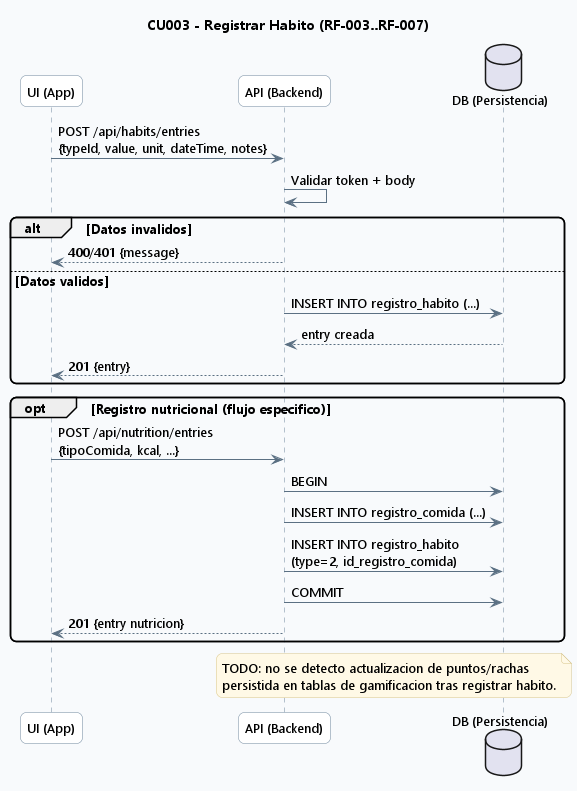
The PlantUML diagram out/docs/diagrams/cap4/04_seq_cu003_registro_habito/04_seq_cu003_registro_habito.png in TPerez13/TFG, before a commit. Source of this version:
```plantuml
@startuml

skinparam backgroundColor #F8FAFC
skinparam shadowing false
skinparam roundcorner 12
skinparam defaultFontName Segoe UI
skinparam defaultFontSize 13
skinparam ArrowColor #5B7083
skinparam ArrowThickness 1
skinparam sequence {
  LifeLineBorderColor #6E879D
  LifeLineBackgroundColor #FFFFFF
  ParticipantBorderColor #6E879D
  ParticipantBackgroundColor #FFFFFF
}
skinparam noteBackgroundColor #FFF9E6
skinparam noteBorderColor #D7C58A

title CU003 - Registrar Habito (RF-003..RF-007)

participant "UI (App)" as UI
participant "API (Backend)" as API
database "DB (Persistencia)" as DB

UI -> API: POST /api/habits/entries\n{typeId, value, unit, dateTime, notes}
API -> API: Validar token + body
alt Datos invalidos
  API --> UI: 400/401 {message}
else Datos validos
  API -> DB: INSERT INTO registro_habito (...)
  DB --> API: entry creada
  API --> UI: 201 {entry}
end

opt Registro nutricional (flujo especifico)
  UI -> API: POST /api/nutrition/entries\n{tipoComida, kcal, ...}
  API -> DB: BEGIN
  API -> DB: INSERT INTO registro_comida (...)
  API -> DB: INSERT INTO registro_habito\n(type=2, id_registro_comida)
  API -> DB: COMMIT
  API --> UI: 201 {entry nutricion}
end

note over API,DB
TODO: no se detecto actualizacion de puntos/rachas
persistida en tablas de gamificacion tras registrar habito.
end note

@enduml
```
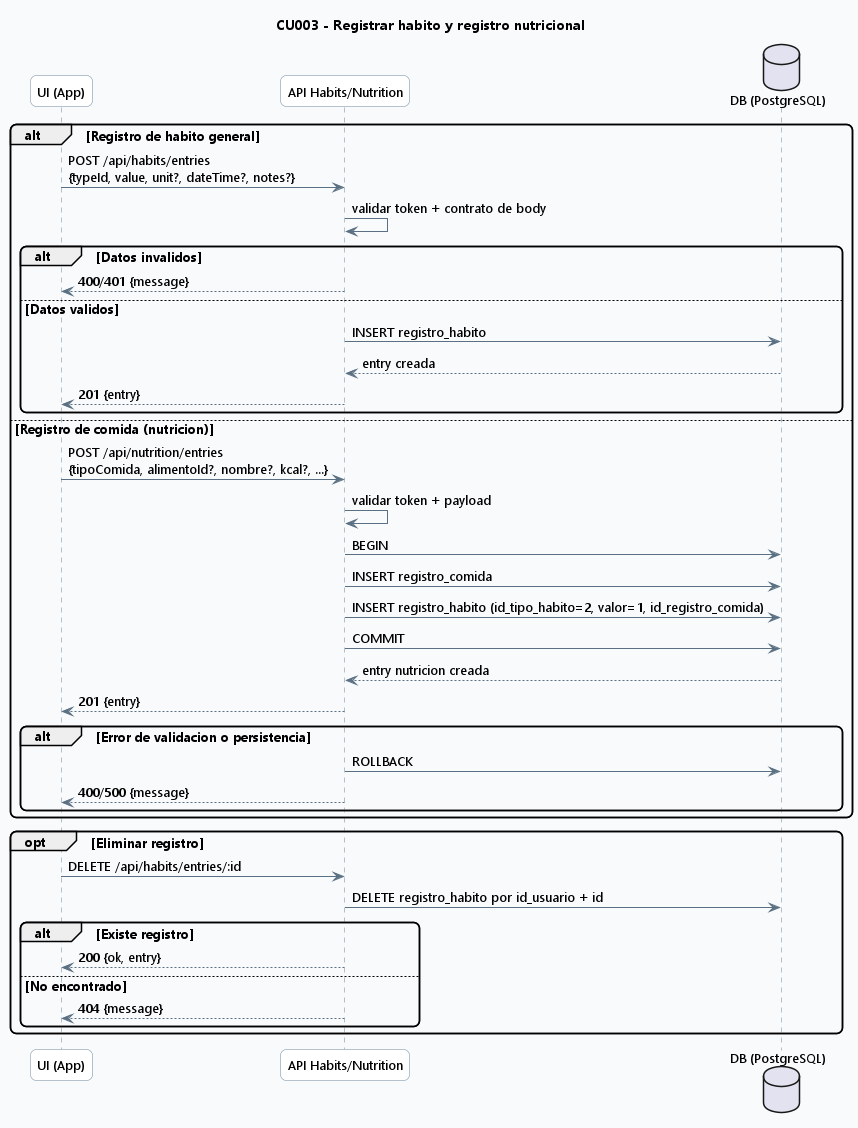
Above is the later version.

Change to the diagram source:
```diff
@@ -16,34 +16,47 @@
 skinparam noteBackgroundColor #FFF9E6
 skinparam noteBorderColor #D7C58A
 
-title CU003 - Registrar Habito (RF-003..RF-007)
+title CU003 - Registrar habito y registro nutricional
 
 participant "UI (App)" as UI
-participant "API (Backend)" as API
-database "DB (Persistencia)" as DB
+participant "API Habits/Nutrition" as API
+database "DB (PostgreSQL)" as DB
 
-UI -> API: POST /api/habits/entries\n{typeId, value, unit, dateTime, notes}
-API -> API: Validar token + body
-alt Datos invalidos
-  API --> UI: 400/401 {message}
-else Datos validos
-  API -> DB: INSERT INTO registro_habito (...)
-  DB --> API: entry creada
+alt Registro de habito general
+  UI -> API: POST /api/habits/entries\n{typeId, value, unit?, dateTime?, notes?}
+  API -> API: validar token + contrato de body
+  alt Datos invalidos
+    API --> UI: 400/401 {message}
+  else Datos validos
+    API -> DB: INSERT registro_habito
+    DB --> API: entry creada
+    API --> UI: 201 {entry}
+  end
+
+else Registro de comida (nutricion)
+  UI -> API: POST /api/nutrition/entries\n{tipoComida, alimentoId?, nombre?, kcal?, ...}
+  API -> API: validar token + payload
+  API -> DB: BEGIN
+  API -> DB: INSERT registro_comida
+  API -> DB: INSERT registro_habito (id_tipo_habito=2, valor=1, id_registro_comida)
+  API -> DB: COMMIT
+  DB --> API: entry nutricion creada
   API --> UI: 201 {entry}
+
+  alt Error de validacion o persistencia
+    API -> DB: ROLLBACK
+    API --> UI: 400/500 {message}
+  end
 end
 
-opt Registro nutricional (flujo especifico)
-  UI -> API: POST /api/nutrition/entries\n{tipoComida, kcal, ...}
-  API -> DB: BEGIN
-  API -> DB: INSERT INTO registro_comida (...)
-  API -> DB: INSERT INTO registro_habito\n(type=2, id_registro_comida)
-  API -> DB: COMMIT
-  API --> UI: 201 {entry nutricion}
+opt Eliminar registro
+  UI -> API: DELETE /api/habits/entries/:id
+  API -> DB: DELETE registro_habito por id_usuario + id
+  alt Existe registro
+    API --> UI: 200 {ok, entry}
+  else No encontrado
+    API --> UI: 404 {message}
+  end
 end
 
-note over API,DB
-TODO: no se detecto actualizacion de puntos/rachas
-persistida en tablas de gamificacion tras registrar habito.
-end note
-
 @enduml
```
